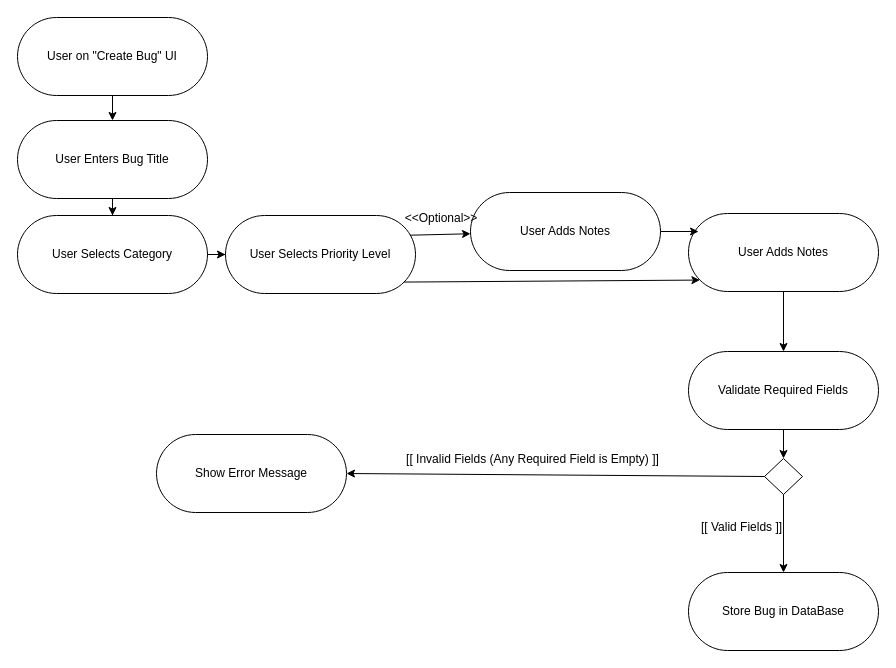
Above: UML-Diagrams/Bug-Report-System/Activity-Diagram.drawio in ConradCJM/bugterra (draw.io), before the change. Source tidied: cells renumbered, new cells numbered last; positions are measured from the earlier drawing's top-left corner, leaving out a move shared by most shapes. Both pictures are drawn from the tidied source at 100%, with x=0, y=0 at pixel (17, 17).
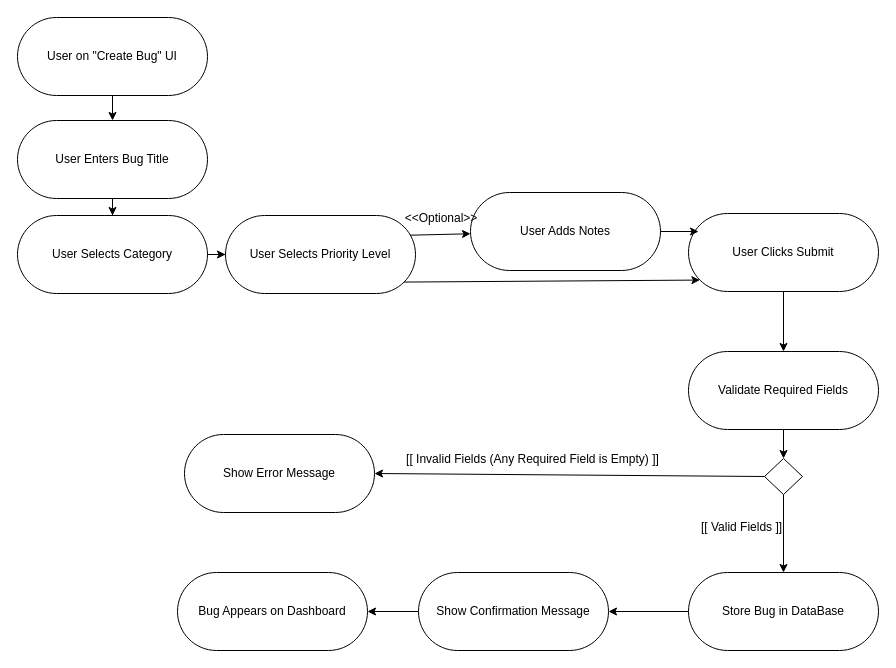
The same diagram, later.

The change refers to these unchanged cells:
```xml
<mxCell id="22" value="Store Bug in DataBase" style="html=1;dashed=0;whiteSpace=wrap;shape=mxgraph.dfd.start;" parent="1" vertex="1">
  <mxGeometry x="671" y="555" width="190" height="78" as="geometry" />
</mxCell>
```

Change to the diagram source:
```diff
@@
-    <mxCell id="13" value="User Adds Notes" style="html=1;dashed=0;whiteSpace=wrap;shape=mxgraph.dfd.start;" parent="1" vertex="1">
+    <mxCell id="13" value="User Clicks Submit" style="html=1;dashed=0;whiteSpace=wrap;shape=mxgraph.dfd.start;" parent="1" vertex="1">
       <mxGeometry x="671" y="196" width="190" height="78" as="geometry" />
     </mxCell>
@@
     <mxCell id="19" value="Show Error Message" style="html=1;dashed=0;whiteSpace=wrap;shape=mxgraph.dfd.start;" parent="1" vertex="1">
-      <mxGeometry x="139" y="417" width="190" height="78" as="geometry" />
+      <mxGeometry x="167" y="417" width="190" height="78" as="geometry" />
     </mxCell>
@@
+    <mxCell id="25" style="edgeStyle=orthogonalEdgeStyle;rounded=0;jettySize=auto;html=1;" parent="1" edge="1" source="22" target="27">
+      <mxGeometry relative="1" as="geometry" />
+    </mxCell>
@@
+    <mxCell id="26" style="edgeStyle=orthogonalEdgeStyle;rounded=0;jettySize=auto;html=1;" parent="1" edge="1" source="27" target="28">
+      <mxGeometry relative="1" as="geometry" />
+    </mxCell>
+    <mxCell id="27" value="Show Confirmation Message" style="html=1;dashed=0;whiteSpace=wrap;shape=mxgraph.dfd.start;" parent="1" vertex="1">
+      <mxGeometry x="401" y="555" width="190" height="78" as="geometry" />
+    </mxCell>
+    <mxCell id="28" value="Bug Appears on Dashboard" style="html=1;dashed=0;whiteSpace=wrap;shape=mxgraph.dfd.start;" parent="1" vertex="1">
+      <mxGeometry x="160" y="555" width="190" height="78" as="geometry" />
+    </mxCell>
```
